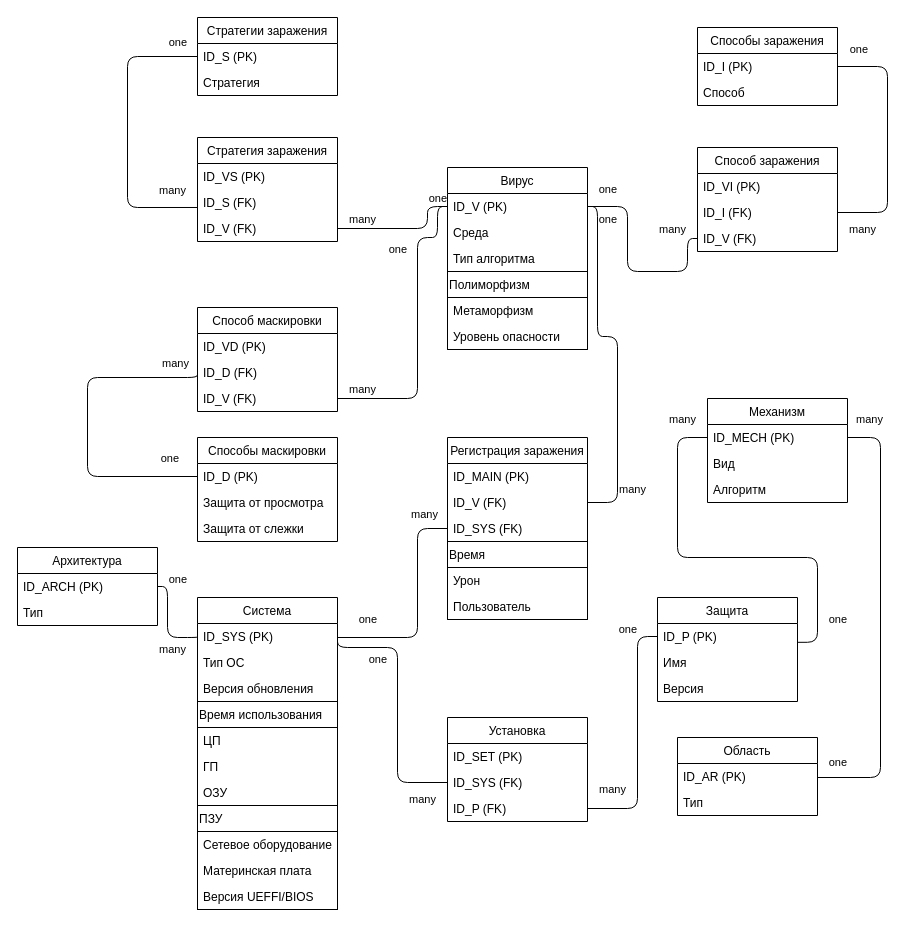
IcyAltair/Virus-attack-DB keeps this draw.io diagram as VirusAttackRus.drawio. Above is the earlier version. Source tidied: cells renumbered, new cells numbered last; positions are measured from the earlier drawing's top-left corner, leaving out a move shared by most shapes. Both pictures are drawn from the tidied source at 100%, with x=0, y=0 at pixel (17, 17).
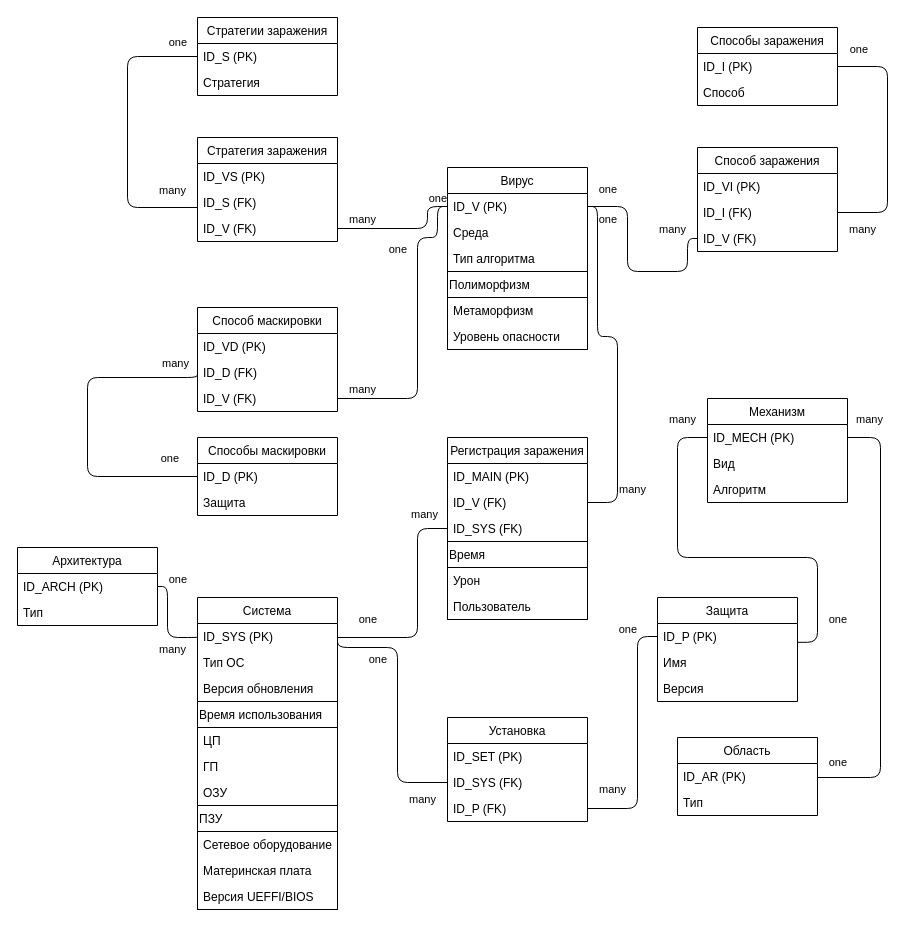
After the change.

Change to the diagram source:
```diff
@@
     <mxCell id="27" value="Способы маскировки" style="swimlane;fontStyle=0;horizontal=1;startSize=26;fillColor=none;" parent="1" vertex="1">
-      <mxGeometry x="180" y="420" width="140" height="104" as="geometry" />
+      <mxGeometry x="180" y="420" width="140" height="78" as="geometry" />
     </mxCell>
@@
-    <mxCell id="29" value="Защита от просмотра" style="text;strokeColor=none;fillColor=none;align=left;verticalAlign=top;spacingLeft=4;spacingRight=4;overflow=hidden;" parent="27" vertex="1">
+    <mxCell id="29" value="Защита" style="text;strokeColor=none;fillColor=none;align=left;verticalAlign=top;spacingLeft=4;spacingRight=4;overflow=hidden;" parent="27" vertex="1">
       <mxGeometry y="52" width="140" height="26" as="geometry" />
     </mxCell>
-    <mxCell id="30" value="Защита от слежки" style="text;strokeColor=none;fillColor=none;align=left;verticalAlign=top;spacingLeft=4;spacingRight=4;overflow=hidden;" parent="27" vertex="1">
-      <mxGeometry y="78" width="140" height="26" as="geometry" />
-    </mxCell>
```
